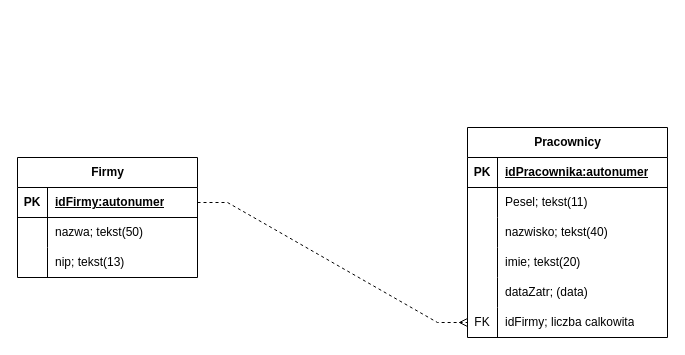
Before: cw02.drawio in tidas022/pl13ti3c, a draw.io diagram. Source tidied: cells renumbered, new cells numbered last; positions are measured from the earlier drawing's top-left corner, leaving out a move shared by most shapes. Both pictures are drawn from the tidied source at 100%, with x=0, y=0 at pixel (17, 127).
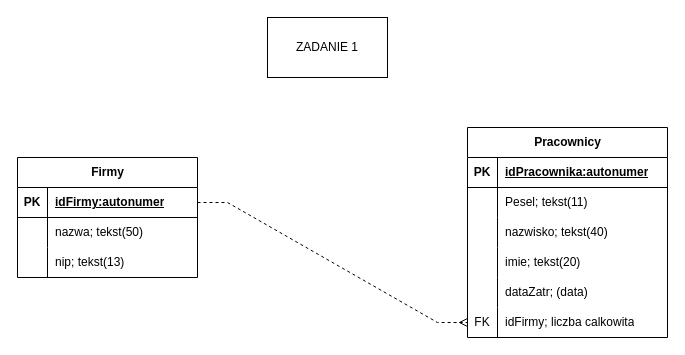
Above is the later version.

Change to the diagram source:
```diff
@@
+    <mxCell id="32" value="ZADANIE 1" style="rounded=0;whiteSpace=wrap;html=1;" parent="1" vertex="1">
+      <mxGeometry x="250" y="-110" width="120" height="60" as="geometry" />
+    </mxCell>
```
